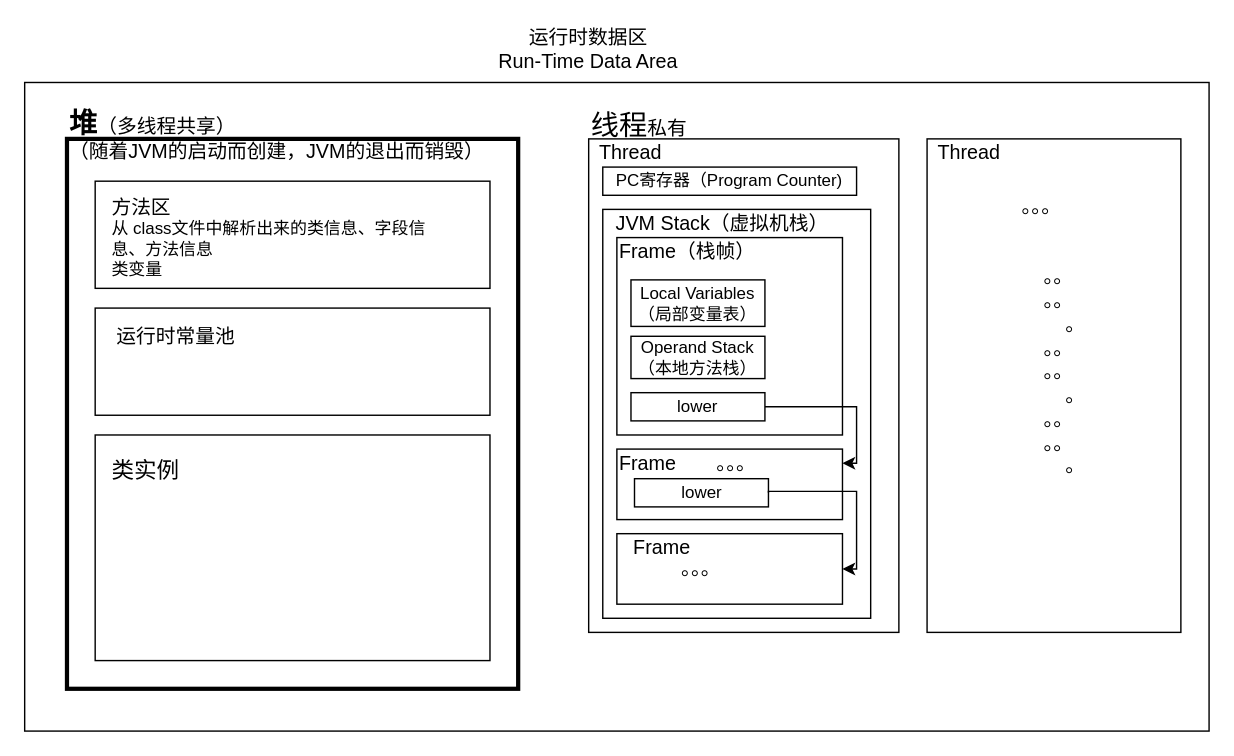
Above: docs/resource/运行时数据区.drawio in nibnait/jvm-demo (draw.io), before the change. Source tidied: cells renumbered, new cells numbered last; positions are measured from the earlier drawing's top-left corner, leaving out a move shared by most shapes. Both pictures are drawn from the tidied source at 141%, with x=0, y=0 at pixel (24, 34).
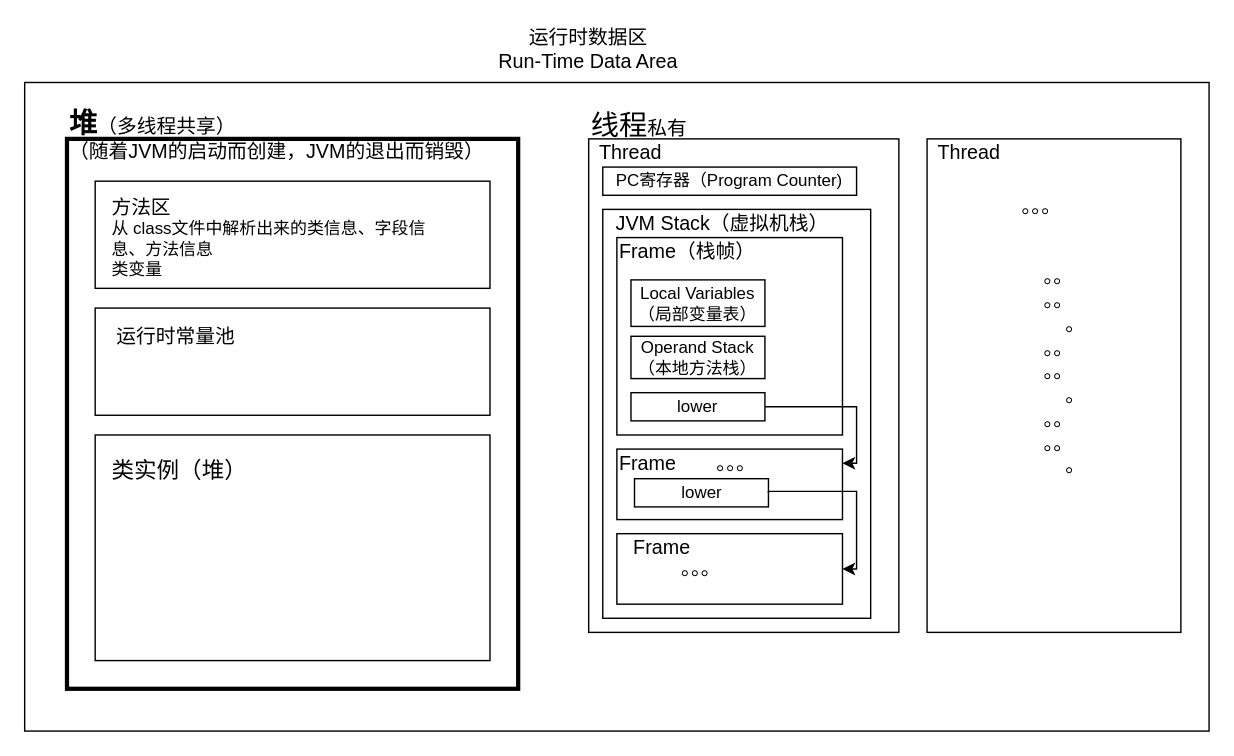
The same page after the edit.

What changed in the source:
```diff
@@
-    <mxCell id="18" value="&lt;div&gt;&lt;span&gt;&lt;font style=&quot;font-size: 16px&quot;&gt;类实例&lt;/font&gt;&lt;/span&gt;&lt;br&gt;&lt;/div&gt;" style="text;html=1;strokeColor=none;fillColor=none;align=left;verticalAlign=middle;whiteSpace=wrap;rounded=0;" parent="1" vertex="1">
+    <mxCell id="18" value="&lt;div&gt;&lt;span&gt;&lt;font style=&quot;font-size: 16px&quot;&gt;类实例（堆）&lt;/font&gt;&lt;/span&gt;&lt;br&gt;&lt;/div&gt;" style="text;html=1;strokeColor=none;fillColor=none;align=left;verticalAlign=middle;whiteSpace=wrap;rounded=0;" parent="1" vertex="1">
       <mxGeometry x="60" y="299" width="230" height="20" as="geometry" />
     </mxCell>
```
